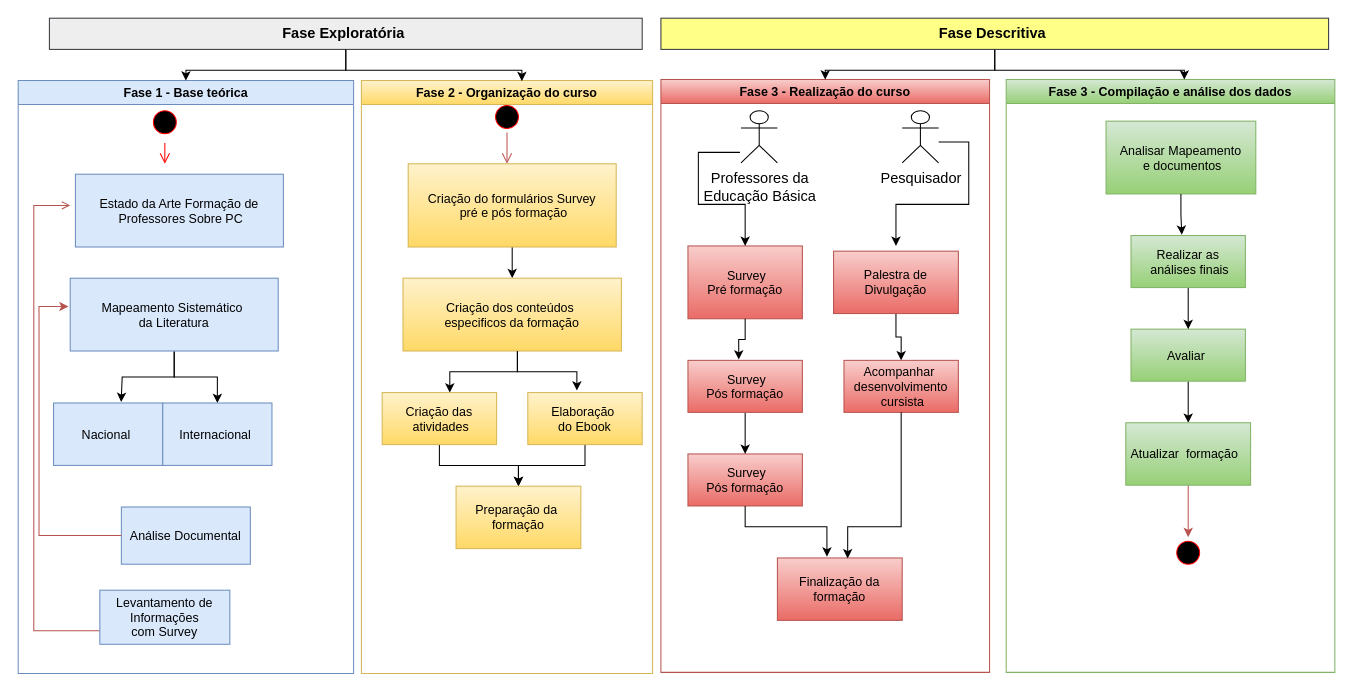
Above: Diagrama formação continuada.drawio in RosianeSangali/RosianeSangali (draw.io), before the change. Source tidied: cells renumbered, new cells numbered last; positions are measured from the earlier drawing's top-left corner, leaving out a move shared by most shapes. Both pictures are drawn from the tidied source at 104%, with x=0, y=0 at pixel (18, 18).
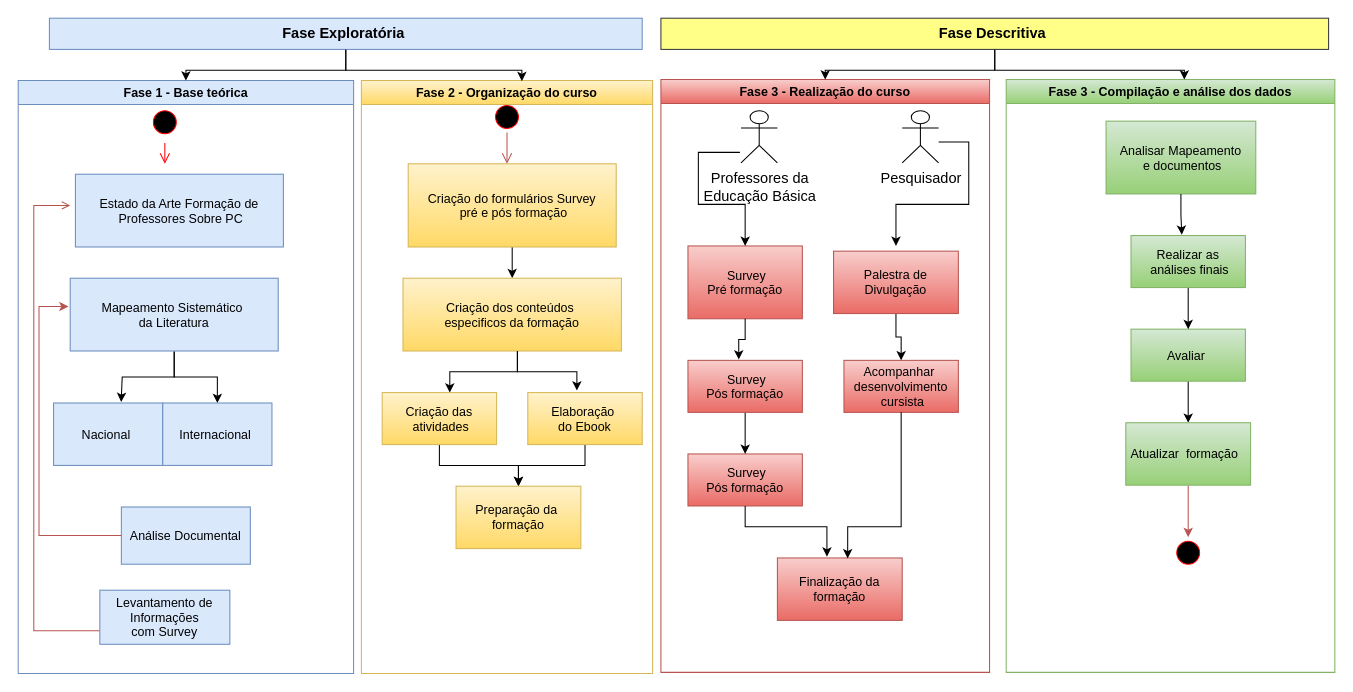
The same page after the edit.

Change to the diagram source:
```diff
@@
-    <mxCell id="55" value="&lt;b&gt;&lt;font style=&quot;font-size: 14px;&quot;&gt;Fase Exploratória&amp;nbsp;&lt;/font&gt;&lt;/b&gt;" style="text;html=1;align=center;verticalAlign=middle;whiteSpace=wrap;rounded=0;fillColor=#eeeeee;strokeColor=#36393d;" parent="1" vertex="1">
+    <mxCell id="55" value="&lt;b&gt;&lt;font style=&quot;font-size: 14px;&quot;&gt;Fase Exploratória&amp;nbsp;&lt;/font&gt;&lt;/b&gt;" style="text;html=1;align=center;verticalAlign=middle;whiteSpace=wrap;rounded=0;fillColor=#dae8fc;strokeColor=#6c8ebf;" parent="1" vertex="1">
       <mxGeometry x="30" width="570" height="30" as="geometry" />
     </mxCell>
```
